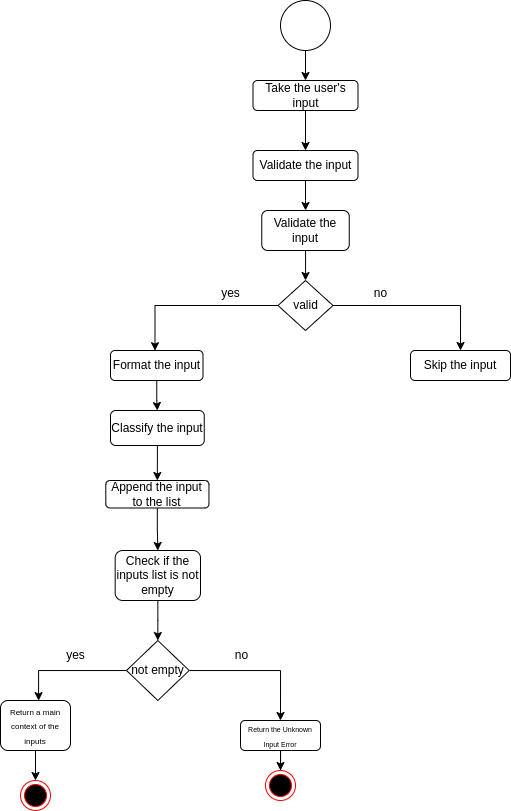
Earlier version of the draw.io export plan/processing_view.png (John321Blacksmith/tesla). Source tidied: cells renumbered, new cells last; positions are measured from the earlier drawing's top-left corner, leaving out a move shared by most shapes. The source it was exported from:
```xml
<mxGraphModel>
  <root>
    <mxCell id="0" />
    <mxCell id="1" parent="0" />
    <mxCell id="2" style="edgeStyle=orthogonalEdgeStyle;rounded=0;jettySize=auto;html=1;" parent="1" edge="1" source="3" target="7">
      <mxGeometry relative="1" as="geometry" />
    </mxCell>
    <mxCell id="3" value="Take the user's input" style="rounded=1;whiteSpace=wrap;html=1;" parent="1" vertex="1">
      <mxGeometry x="252.5" y="80" width="105" height="30" as="geometry" />
    </mxCell>
    <mxCell id="4" style="edgeStyle=orthogonalEdgeStyle;rounded=0;jettySize=auto;html=1;" parent="1" edge="1" source="5" target="3">
      <mxGeometry relative="1" as="geometry" />
    </mxCell>
    <mxCell id="5" style="ellipse;whiteSpace=wrap;html=1;" parent="1" vertex="1">
      <mxGeometry x="280" width="50" height="50" as="geometry" />
    </mxCell>
    <mxCell id="6" style="edgeStyle=orthogonalEdgeStyle;rounded=0;jettySize=auto;html=1;" parent="1" edge="1" source="7" target="11">
      <mxGeometry relative="1" as="geometry" />
    </mxCell>
    <mxCell id="7" value="Validate the input" style="whiteSpace=wrap;html=1;rounded=1;" parent="1" vertex="1">
      <mxGeometry x="252.5" y="150" width="105" height="30" as="geometry" />
    </mxCell>
    <mxCell id="8" style="edgeStyle=orthogonalEdgeStyle;rounded=0;jettySize=auto;html=1;" parent="1" edge="1" source="9" target="17">
      <mxGeometry relative="1" as="geometry" />
    </mxCell>
    <mxCell id="9" value="Format the input" style="rounded=1;whiteSpace=wrap;html=1;" parent="1" vertex="1">
      <mxGeometry x="110" y="350" width="92.5" height="30" as="geometry" />
    </mxCell>
    <mxCell id="10" style="edgeStyle=orthogonalEdgeStyle;rounded=0;jettySize=auto;html=1;entryX=0.5;entryY=0;entryDx=0;entryDy=0;" parent="1" edge="1" source="11" target="13">
      <mxGeometry relative="1" as="geometry" />
    </mxCell>
    <mxCell id="11" value="Validate the input" style="whiteSpace=wrap;html=1;rounded=1;" parent="1" vertex="1">
      <mxGeometry x="261.2" y="210" width="87.5" height="40" as="geometry" />
    </mxCell>
    <mxCell id="12" style="edgeStyle=orthogonalEdgeStyle;rounded=0;jettySize=auto;html=1;entryX=0.5;entryY=0;entryDx=0;entryDy=0;" parent="1" edge="1" source="13" target="33">
      <mxGeometry relative="1" as="geometry" />
    </mxCell>
    <mxCell id="13" value="valid" style="rhombus;whiteSpace=wrap;html=1;rounded=1;arcSize=0;" parent="1" vertex="1">
      <mxGeometry x="277.5" y="280" width="55" height="50" as="geometry" />
    </mxCell>
    <mxCell id="14" style="edgeStyle=orthogonalEdgeStyle;rounded=0;jettySize=auto;html=1;entryX=0.481;entryY=0.006;entryDx=0;entryDy=0;entryPerimeter=0;" parent="1" edge="1" source="13" target="9">
      <mxGeometry relative="1" as="geometry" />
    </mxCell>
    <mxCell id="15" value="yes" style="text;html=1;align=center;verticalAlign=middle;strokeColor=none;fillColor=none;" parent="1" vertex="1">
      <mxGeometry x="210" y="278" width="40" height="30" as="geometry" />
    </mxCell>
    <mxCell id="16" style="edgeStyle=orthogonalEdgeStyle;rounded=0;jettySize=auto;html=1;" parent="1" edge="1" source="17" target="19">
      <mxGeometry relative="1" as="geometry" />
    </mxCell>
    <mxCell id="17" value="Classify the input" style="whiteSpace=wrap;html=1;rounded=1;" parent="1" vertex="1">
      <mxGeometry x="110" y="410" width="93.8" height="35" as="geometry" />
    </mxCell>
    <mxCell id="18" style="edgeStyle=orthogonalEdgeStyle;rounded=0;jettySize=auto;html=1;" parent="1" edge="1" source="19" target="21">
      <mxGeometry relative="1" as="geometry" />
    </mxCell>
    <mxCell id="19" value="Append the input to the list" style="whiteSpace=wrap;html=1;rounded=1;" parent="1" vertex="1">
      <mxGeometry x="105.3" y="480" width="103.1" height="27.5" as="geometry" />
    </mxCell>
    <mxCell id="20" style="edgeStyle=orthogonalEdgeStyle;rounded=0;jettySize=auto;html=1;" parent="1" edge="1" source="21" target="23">
      <mxGeometry relative="1" as="geometry" />
    </mxCell>
    <mxCell id="21" value="Check if the inputs list is not empty" style="whiteSpace=wrap;html=1;rounded=1;" parent="1" vertex="1">
      <mxGeometry x="114.7" y="550" width="85.3" height="50" as="geometry" />
    </mxCell>
    <mxCell id="22" style="edgeStyle=orthogonalEdgeStyle;rounded=0;jettySize=auto;html=1;entryX=0.5;entryY=0;entryDx=0;entryDy=0;" parent="1" edge="1" source="23" target="29">
      <mxGeometry relative="1" as="geometry" />
    </mxCell>
    <mxCell id="23" value="not empty" style="rhombus;whiteSpace=wrap;html=1;rounded=1;arcSize=0;" parent="1" vertex="1">
      <mxGeometry x="126" y="640" width="62.7" height="60" as="geometry" />
    </mxCell>
    <mxCell id="24" style="edgeStyle=orthogonalEdgeStyle;rounded=0;jettySize=auto;html=1;" parent="1" edge="1" source="25" target="32">
      <mxGeometry relative="1" as="geometry" />
    </mxCell>
    <mxCell id="25" value="&lt;font style=&quot;font-size: 8px;&quot;&gt;Return a main context of the inputs&lt;/font&gt;" style="rounded=1;whiteSpace=wrap;html=1;" parent="1" vertex="1">
      <mxGeometry y="700" width="70" height="50" as="geometry" />
    </mxCell>
    <mxCell id="26" style="edgeStyle=orthogonalEdgeStyle;rounded=0;jettySize=auto;html=1;entryX=0.544;entryY=0.003;entryDx=0;entryDy=0;entryPerimeter=0;" parent="1" edge="1" source="23" target="25">
      <mxGeometry relative="1" as="geometry" />
    </mxCell>
    <mxCell id="27" value="yes" style="text;html=1;align=center;verticalAlign=middle;strokeColor=none;fillColor=none;" parent="1" vertex="1">
      <mxGeometry x="55" y="640" width="40" height="30" as="geometry" />
    </mxCell>
    <mxCell id="28" style="edgeStyle=orthogonalEdgeStyle;rounded=0;jettySize=auto;html=1;" parent="1" edge="1" source="29" target="31">
      <mxGeometry relative="1" as="geometry" />
    </mxCell>
    <mxCell id="29" value="&lt;font style=&quot;font-size: 7px;&quot;&gt;Return the Unknown Input Error&lt;/font&gt;" style="rounded=1;whiteSpace=wrap;html=1;" parent="1" vertex="1">
      <mxGeometry x="240" y="720" width="80" height="30" as="geometry" />
    </mxCell>
    <mxCell id="30" value="no" style="text;html=1;align=center;verticalAlign=middle;strokeColor=none;fillColor=none;" parent="1" vertex="1">
      <mxGeometry x="221.2" y="640" width="40" height="30" as="geometry" />
    </mxCell>
    <mxCell id="31" style="ellipse;html=1;shape=endState;fillColor=#000000;strokeColor=#ff0000;" parent="1" vertex="1">
      <mxGeometry x="265" y="770" width="30" height="30" as="geometry" />
    </mxCell>
    <mxCell id="32" style="ellipse;html=1;shape=endState;fillColor=#000000;strokeColor=#ff0000;" parent="1" vertex="1">
      <mxGeometry x="20" y="780" width="30" height="30" as="geometry" />
    </mxCell>
    <mxCell id="33" value="Skip the input" style="rounded=1;whiteSpace=wrap;html=1;" parent="1" vertex="1">
      <mxGeometry x="410" y="350" width="100" height="30" as="geometry" />
    </mxCell>
    <mxCell id="34" value="no" style="text;html=1;align=center;verticalAlign=middle;strokeColor=none;fillColor=none;" parent="1" vertex="1">
      <mxGeometry x="360" y="278" width="40" height="30" as="geometry" />
    </mxCell>
  </root>
</mxGraphModel>
```
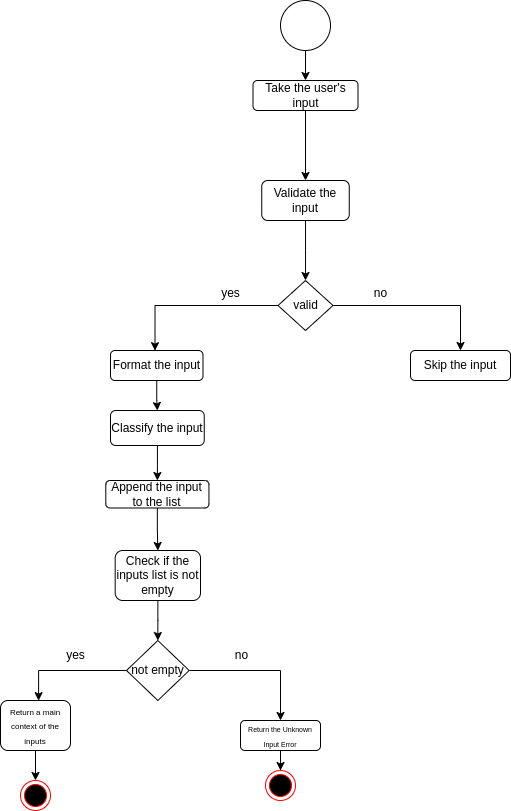
Above is the later version.

The edit, as a diff of the source:
```diff
@@ -2,7 +2,7 @@
   <root>
     <mxCell id="0" />
     <mxCell id="1" parent="0" />
-    <mxCell id="2" style="edgeStyle=orthogonalEdgeStyle;rounded=0;jettySize=auto;html=1;" parent="1" edge="1" source="3" target="7">
+    <mxCell id="2" style="edgeStyle=orthogonalEdgeStyle;rounded=0;jettySize=auto;html=1;entryX=0.5;entryY=0;entryDx=0;entryDy=0;" parent="1" edge="1" source="3" target="11">
       <mxGeometry relative="1" as="geometry" />
     </mxCell>
     <mxCell id="3" value="Take the user's input" style="rounded=1;whiteSpace=wrap;html=1;" parent="1" vertex="1">
@@ -14,12 +14,6 @@
     <mxCell id="5" style="ellipse;whiteSpace=wrap;html=1;" parent="1" vertex="1">
       <mxGeometry x="280" width="50" height="50" as="geometry" />
     </mxCell>
-    <mxCell id="6" style="edgeStyle=orthogonalEdgeStyle;rounded=0;jettySize=auto;html=1;" parent="1" edge="1" source="7" target="11">
-      <mxGeometry relative="1" as="geometry" />
-    </mxCell>
-    <mxCell id="7" value="Validate the input" style="whiteSpace=wrap;html=1;rounded=1;" parent="1" vertex="1">
-      <mxGeometry x="252.5" y="150" width="105" height="30" as="geometry" />
-    </mxCell>
     <mxCell id="8" style="edgeStyle=orthogonalEdgeStyle;rounded=0;jettySize=auto;html=1;" parent="1" edge="1" source="9" target="17">
       <mxGeometry relative="1" as="geometry" />
     </mxCell>
@@ -30,7 +24,7 @@
       <mxGeometry relative="1" as="geometry" />
     </mxCell>
     <mxCell id="11" value="Validate the input" style="whiteSpace=wrap;html=1;rounded=1;" parent="1" vertex="1">
-      <mxGeometry x="261.2" y="210" width="87.5" height="40" as="geometry" />
+      <mxGeometry x="261.2" y="180" width="87.5" height="40" as="geometry" />
     </mxCell>
     <mxCell id="12" style="edgeStyle=orthogonalEdgeStyle;rounded=0;jettySize=auto;html=1;entryX=0.5;entryY=0;entryDx=0;entryDy=0;" parent="1" edge="1" source="13" target="33">
       <mxGeometry relative="1" as="geometry" />
```
